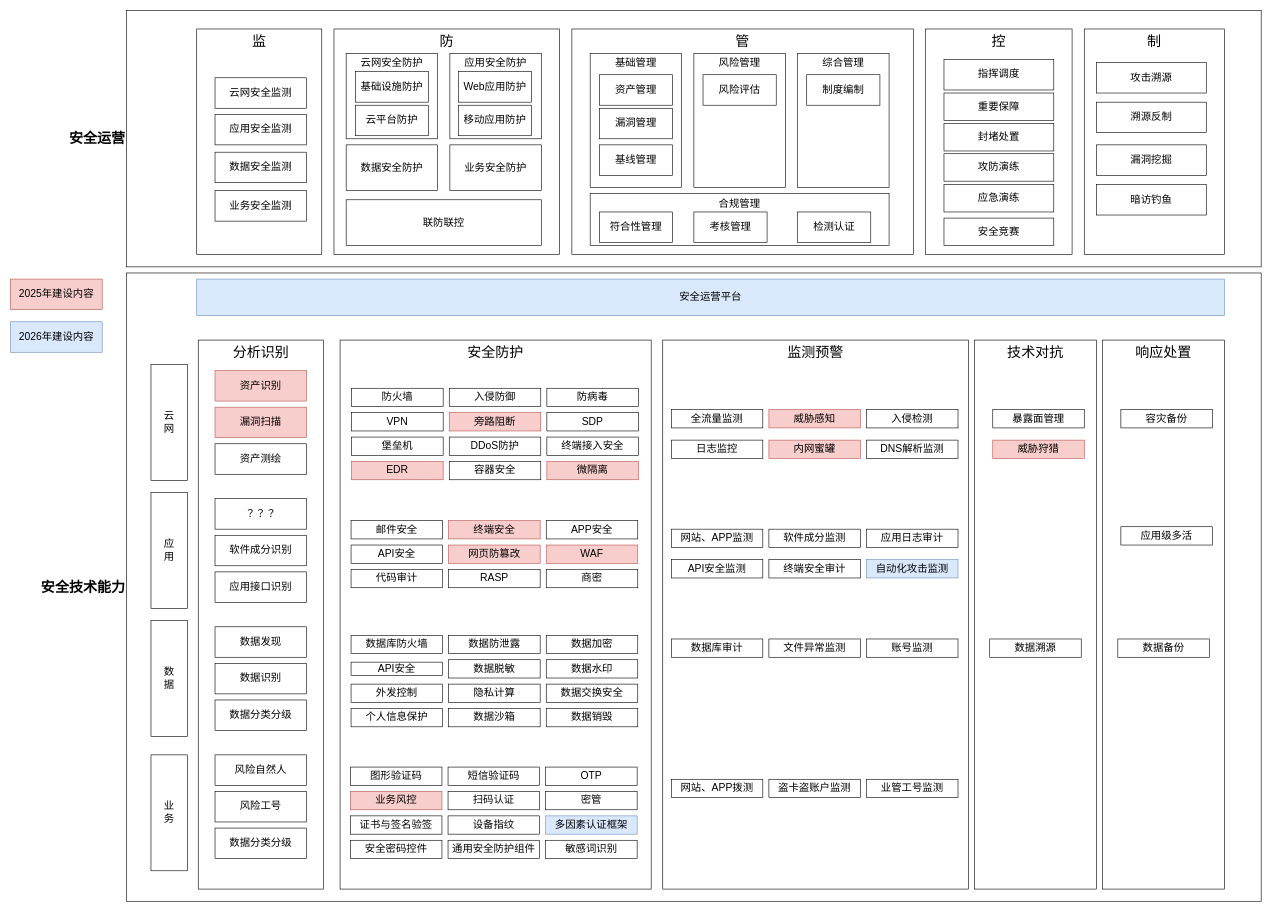
Above: page "第 1 页" (1 of 5) of 2024安全技术能力全景图.drawio in razor/1102_decoration (draw.io), before the change. Source tidied: cells renumbered, new cells numbered last; positions are measured from the earlier drawing's top-left corner, leaving out a move shared by most shapes. Both pictures are drawn from the tidied source at 61%, with x=0, y=0 at pixel (10, 10).
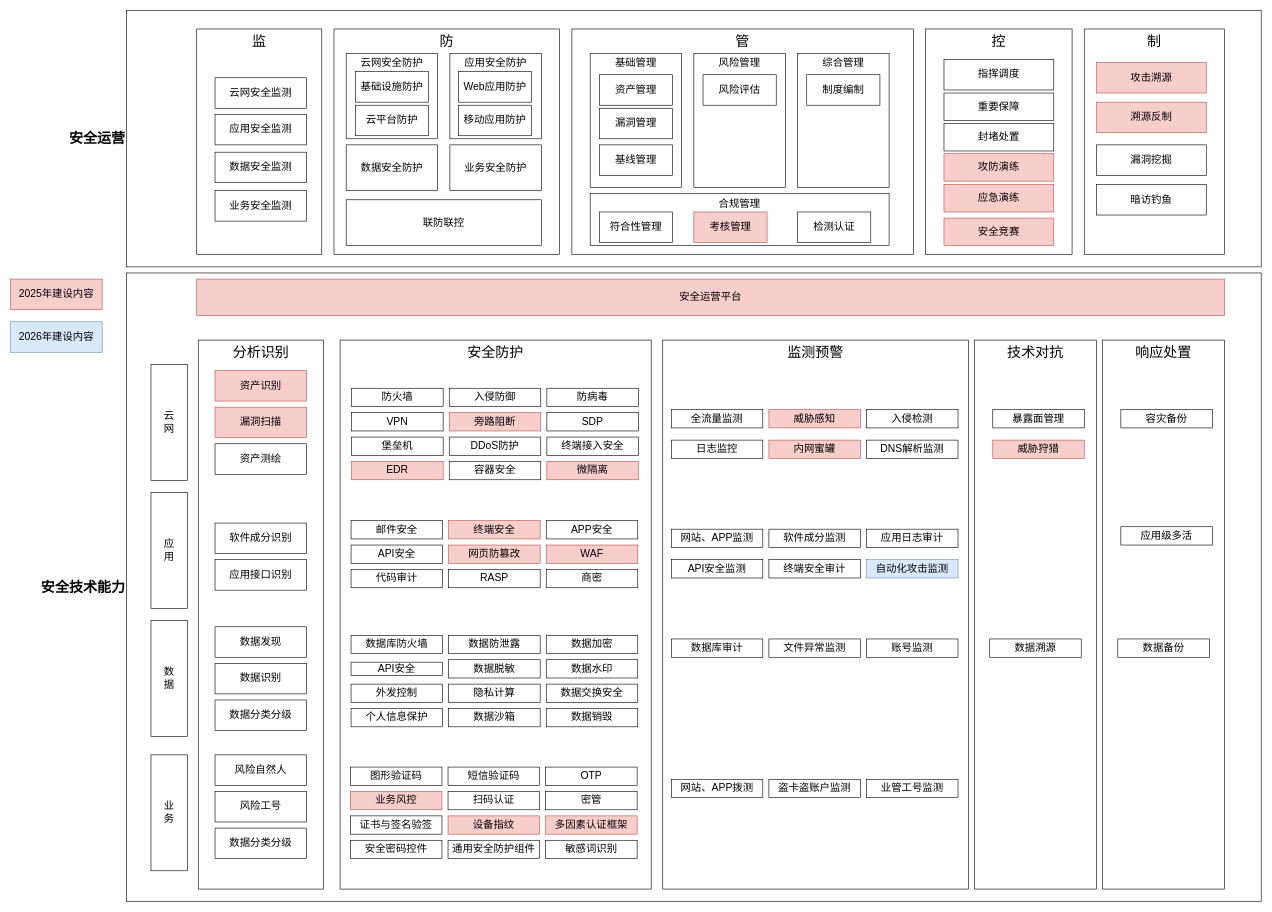
After the change.

Change to the diagram source:
```diff
@@
-    <mxCell id="25" value="攻防演练" style="rounded=0;whiteSpace=wrap;html=1;fontSize=17;" parent="1" vertex="1">
+    <mxCell id="25" value="攻防演练" style="rounded=0;whiteSpace=wrap;html=1;fontSize=17;fillColor=#f8cecc;strokeColor=#b85450;" parent="1" vertex="1">
       <mxGeometry x="1530" y="234.5" width="180" height="45" as="geometry" />
     </mxCell>
-    <mxCell id="26" value="应急演练" style="rounded=0;whiteSpace=wrap;html=1;fontSize=17;" parent="1" vertex="1">
+    <mxCell id="26" value="应急演练" style="rounded=0;whiteSpace=wrap;html=1;fontSize=17;fillColor=#f8cecc;strokeColor=#b85450;" parent="1" vertex="1">
       <mxGeometry x="1530" y="285" width="180" height="45" as="geometry" />
     </mxCell>
-    <mxCell id="27" value="安全竞赛" style="rounded=0;whiteSpace=wrap;html=1;fontSize=17;" parent="1" vertex="1">
+    <mxCell id="27" value="安全竞赛" style="rounded=0;whiteSpace=wrap;html=1;fontSize=17;fillColor=#f8cecc;strokeColor=#b85450;" parent="1" vertex="1">
       <mxGeometry x="1530" y="340" width="180" height="45" as="geometry" />
     </mxCell>
-    <mxCell id="28" value="攻击溯源" style="rounded=0;whiteSpace=wrap;html=1;fontSize=17;" parent="1" vertex="1">
+    <mxCell id="28" value="攻击溯源" style="rounded=0;whiteSpace=wrap;html=1;fontSize=17;fillColor=#f8cecc;strokeColor=#b85450;" parent="1" vertex="1">
       <mxGeometry x="1780" y="85" width="180" height="50" as="geometry" />
     </mxCell>
-    <mxCell id="29" value="溯源反制" style="rounded=0;whiteSpace=wrap;html=1;fontSize=17;" parent="1" vertex="1">
+    <mxCell id="29" value="溯源反制" style="rounded=0;whiteSpace=wrap;html=1;fontSize=17;fillColor=#f8cecc;strokeColor=#b85450;" parent="1" vertex="1">
       <mxGeometry x="1780" y="150" width="180" height="50" as="geometry" />
     </mxCell>
@@
-    <mxCell id="32" value="安全运营平台" style="rounded=0;whiteSpace=wrap;html=1;fontSize=17;fillColor=#dae8fc;strokeColor=#6c8ebf;" parent="1" vertex="1">
+    <mxCell id="32" value="安全运营平台" style="rounded=0;whiteSpace=wrap;html=1;fontSize=17;fillColor=#f8cecc;strokeColor=#b85450;" parent="1" vertex="1">
       <mxGeometry x="305" y="440" width="1685" height="60" as="geometry" />
     </mxCell>
@@
-    <mxCell id="37" value="&lt;font style=&quot;font-size: 17px;&quot;&gt;？？？&lt;/font&gt;" style="rounded=0;whiteSpace=wrap;html=1;fontStyle=0;" parent="1" vertex="1">
-      <mxGeometry x="335" y="800" width="150" height="50" as="geometry" />
-    </mxCell>
     <mxCell id="38" value="&lt;font style=&quot;font-size: 17px;&quot;&gt;软件成分识别&lt;/font&gt;" style="rounded=0;whiteSpace=wrap;html=1;fontStyle=0;" parent="1" vertex="1">
-      <mxGeometry x="335" y="860" width="150" height="50" as="geometry" />
+      <mxGeometry x="335" y="840" width="150" height="50" as="geometry" />
     </mxCell>
     <mxCell id="39" value="&lt;font style=&quot;font-size: 17px;&quot;&gt;应用接口识别&lt;/font&gt;" style="rounded=0;whiteSpace=wrap;html=1;fontStyle=0;" parent="1" vertex="1">
-      <mxGeometry x="335" y="920" width="150" height="50" as="geometry" />
+      <mxGeometry x="335" y="900" width="150" height="50" as="geometry" />
     </mxCell>
@@
-    <mxCell id="91" value="&lt;span style=&quot;font-size: 17px;&quot;&gt;设备指纹&lt;/span&gt;" style="rounded=0;whiteSpace=wrap;html=1;fontStyle=0;" parent="1" vertex="1">
+    <mxCell id="91" value="&lt;span style=&quot;font-size: 17px;&quot;&gt;设备指纹&lt;/span&gt;" style="rounded=0;whiteSpace=wrap;html=1;fontStyle=0;fillColor=#f8cecc;strokeColor=#b85450;" parent="1" vertex="1">
       <mxGeometry x="717" y="1320" width="150" height="30" as="geometry" />
     </mxCell>
-    <mxCell id="92" value="&lt;font style=&quot;font-size: 17px;&quot;&gt;多因素认证框架&lt;/font&gt;" style="rounded=0;whiteSpace=wrap;html=1;fontStyle=0;fillColor=#dae8fc;strokeColor=#6c8ebf;" parent="1" vertex="1">
+    <mxCell id="92" value="&lt;font style=&quot;font-size: 17px;&quot;&gt;多因素认证框架&lt;/font&gt;" style="rounded=0;whiteSpace=wrap;html=1;fontStyle=0;fillColor=#f8cecc;strokeColor=#b85450;" parent="1" vertex="1">
       <mxGeometry x="877" y="1320" width="150" height="30" as="geometry" />
     </mxCell>
@@
-    <mxCell id="133" value="&lt;span style=&quot;font-size: 17px;&quot;&gt;考核管理&lt;/span&gt;" style="rounded=0;whiteSpace=wrap;html=1;fontStyle=0;" parent="1" vertex="1">
+    <mxCell id="133" value="&lt;span style=&quot;font-size: 17px;&quot;&gt;考核管理&lt;/span&gt;" style="rounded=0;whiteSpace=wrap;html=1;fontStyle=0;fillColor=#f8cecc;strokeColor=#b85450;" parent="1" vertex="1">
       <mxGeometry x="1120" y="330" width="120" height="50" as="geometry" />
     </mxCell>
```
